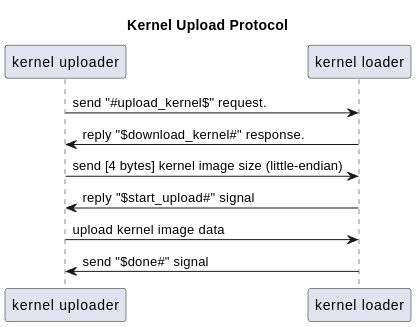
Above: KernelLoader/protocol.png in gama79530/NYCU_2024_Operating_System_Capstone (PlantUML), before the change. Its source is kept beside it as KernelLoader/protocol.puml. Its diagram source:
```plantuml
@startuml protocol

title Kernel Upload Protocol

participant "kernel uploader"
participant "kernel loader"

"kernel uploader" -> "kernel loader": send "#upload_kernel$" request.
"kernel loader" -> "kernel uploader": reply "$download_kernel#" response.
"kernel uploader" -> "kernel loader": send [4 bytes] kernel image size (little-endian)
"kernel loader" -> "kernel uploader": reply "$start_upload#" signal
"kernel uploader" -> "kernel loader": upload kernel image data
"kernel loader" -> "kernel uploader": send "$done#" signal

@enduml
```
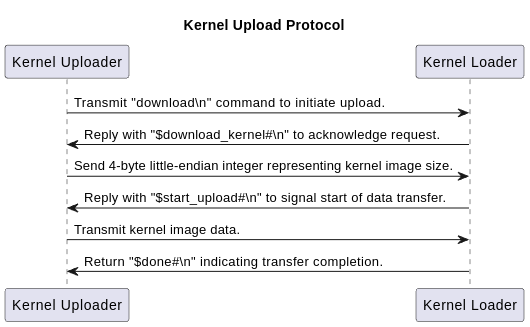
Later version of the same file.

Commit message:
Refine Kernel Upload Protocol Diagram

Change to the diagram source:
```diff
@@ -2,14 +2,14 @@
 
 title Kernel Upload Protocol
 
-participant "kernel uploader"
-participant "kernel loader"
+participant "Kernel Uploader"
+participant "Kernel Loader"
 
-"kernel uploader" -> "kernel loader": send "#upload_kernel$" request.
-"kernel loader" -> "kernel uploader": reply "$download_kernel#" response.
-"kernel uploader" -> "kernel loader": send [4 bytes] kernel image size (little-endian)
-"kernel loader" -> "kernel uploader": reply "$start_upload#" signal
-"kernel uploader" -> "kernel loader": upload kernel image data
-"kernel loader" -> "kernel uploader": send "$done#" signal
+"Kernel Uploader" -> "Kernel Loader": Transmit "download\\n" command to initiate upload.
+"Kernel Loader" -> "Kernel Uploader": Reply with "$download_kernel#\\n" to acknowledge request.
+"Kernel Uploader" -> "Kernel Loader": Send 4-byte little-endian integer representing kernel image size.
+"Kernel Loader" -> "Kernel Uploader": Reply with "$start_upload#\\n" to signal start of data transfer.
+"Kernel Uploader" -> "Kernel Loader": Transmit kernel image data.
+"Kernel Loader" -> "Kernel Uploader": Return "$done#\\n" indicating transfer completion.
 
 @enduml
```
